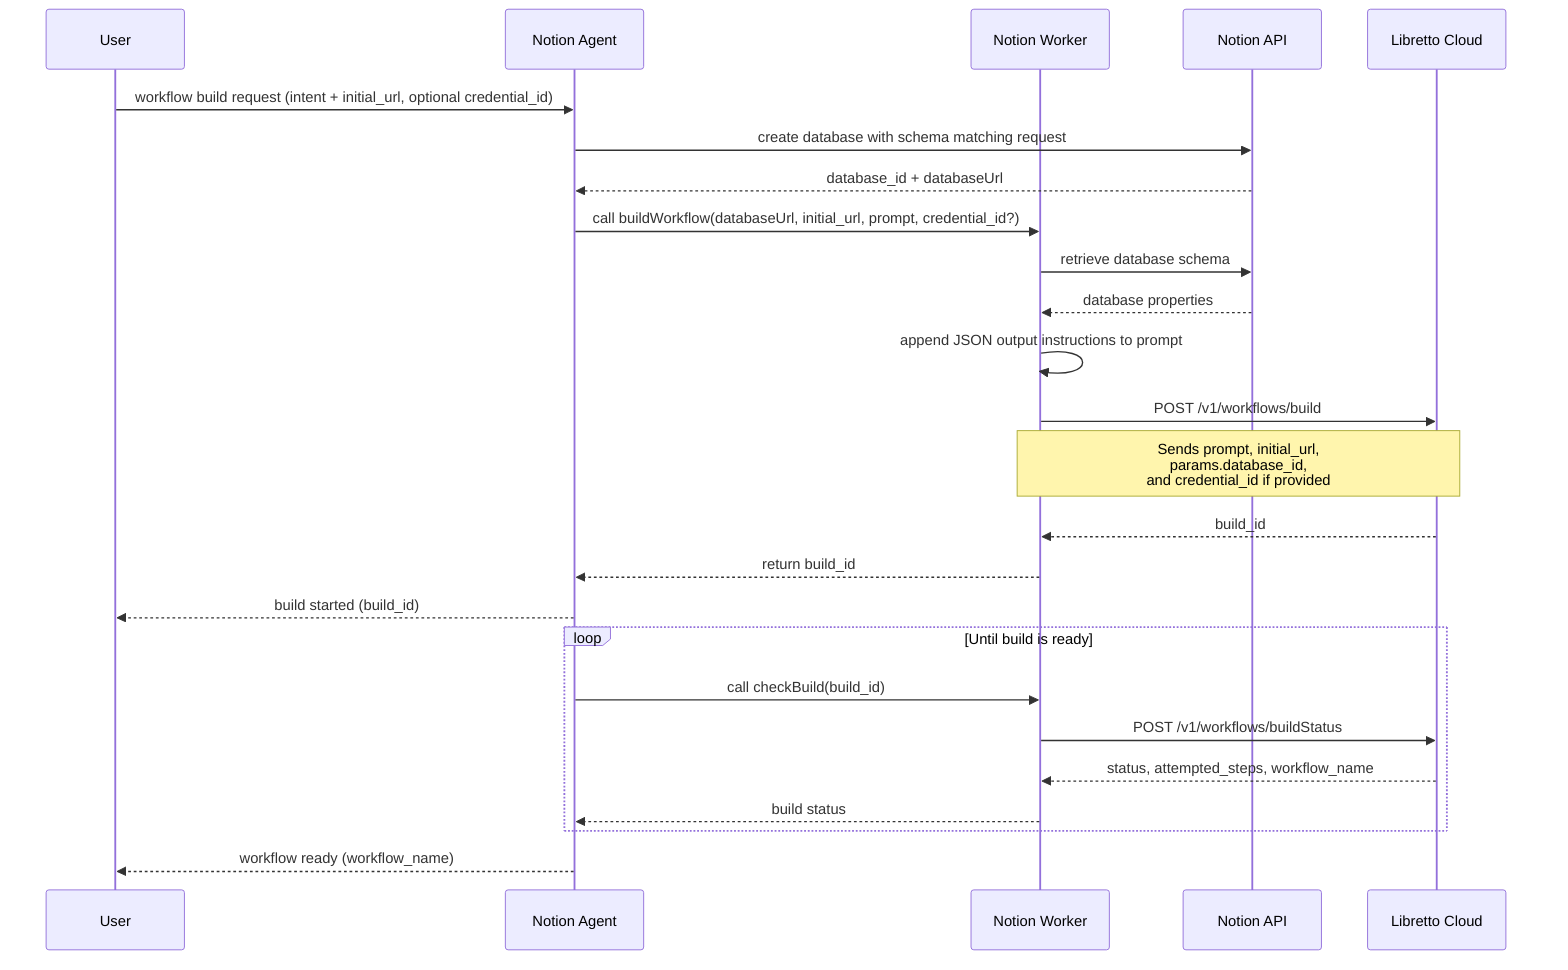
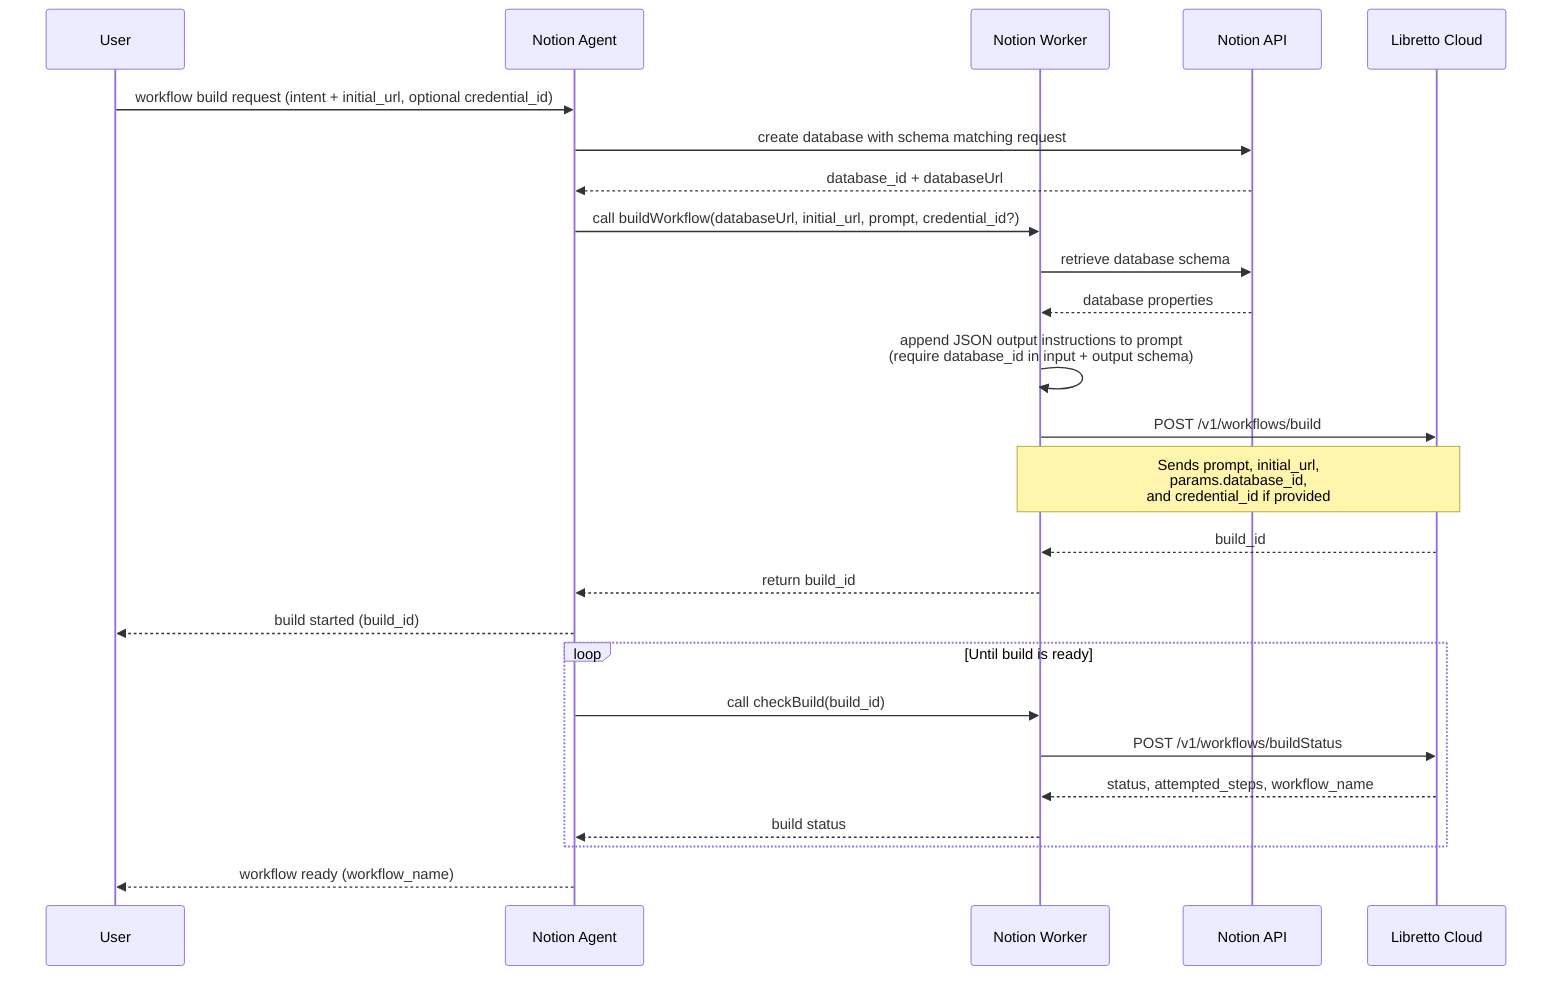
sequenceDiagram
  participant User as User
  participant NotionAgent as Notion Agent
  participant Worker as Notion Worker
  participant Notion as Notion API
  participant Libretto as Libretto Cloud

  User->>NotionAgent: workflow build request (intent + initial_url, optional credential_id)

  NotionAgent->>Notion: create database with schema matching request
  Notion-->>NotionAgent: database_id + databaseUrl

  NotionAgent->>Worker: call buildWorkflow(databaseUrl, initial_url, prompt, credential_id?)

  Worker->>Notion: retrieve database schema
  Notion-->>Worker: database properties

-   Worker->>Worker: append JSON output instructions to prompt
+   Worker->>Worker: append JSON output instructions to prompt<br/>(require database_id in input + output schema)

  Worker->>Libretto: POST /v1/workflows/build
  Note over Worker,Libretto: Sends prompt, initial_url,<br/>params.database_id,<br/>and credential_id if provided

  Libretto-->>Worker: build_id
  Worker-->>NotionAgent: return build_id
  NotionAgent-->>User: build started (build_id)

  loop Until build is ready
    NotionAgent->>Worker: call checkBuild(build_id)
    Worker->>Libretto: POST /v1/workflows/buildStatus
    Libretto-->>Worker: status, attempted_steps, workflow_name
    Worker-->>NotionAgent: build status
  end

  NotionAgent-->>User: workflow ready (workflow_name)
